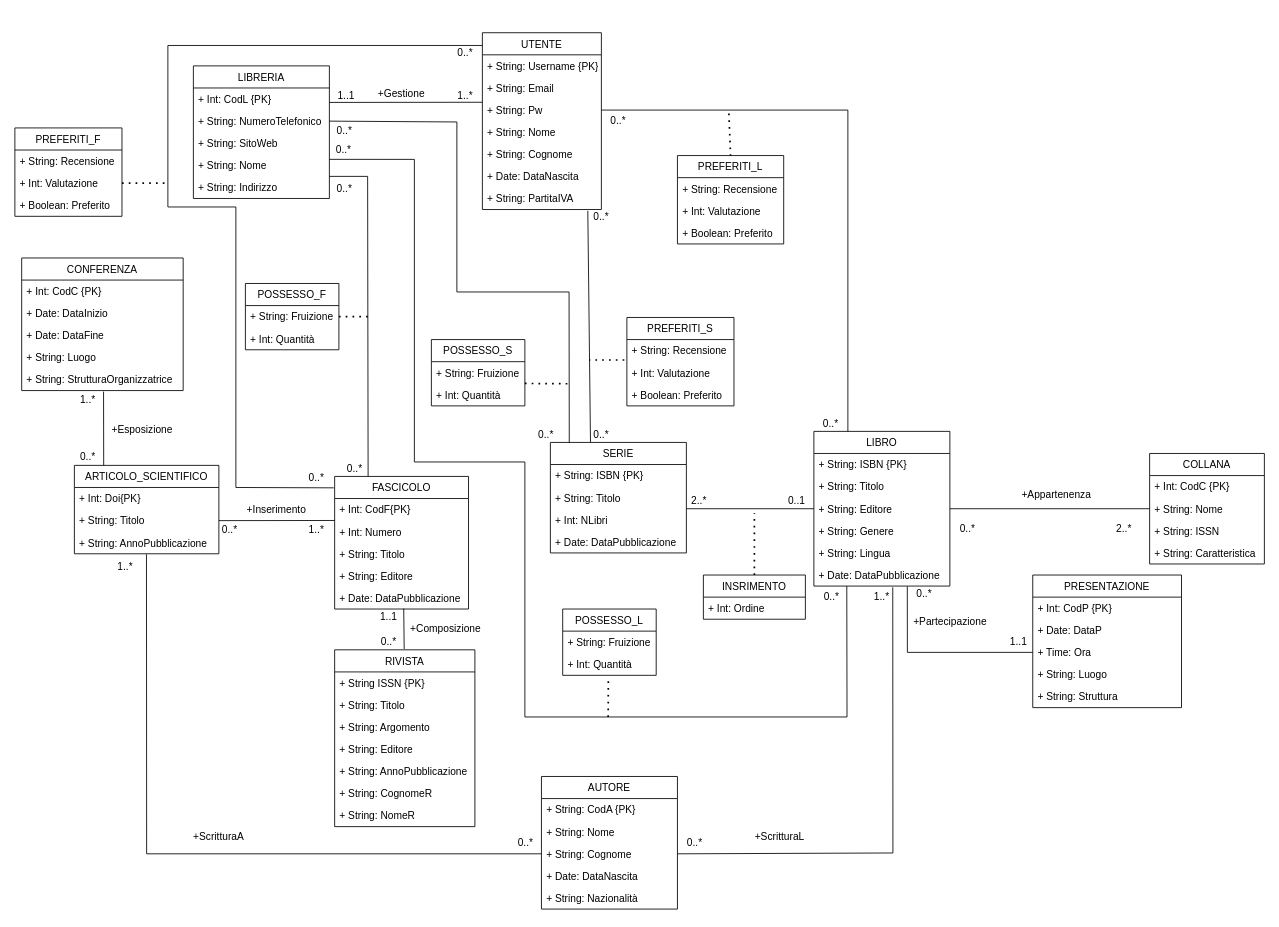
Before: DiagrammaUML(ristrutturato).drawio in Giovk/Sistema-di-una-Bibleoteca-Digitale, a draw.io diagram. Source tidied: cells renumbered, new cells numbered last; positions are measured from the earlier drawing's top-left corner, leaving out a move shared by most shapes. Both pictures are drawn from the tidied source at 85%, with x=0, y=0 at pixel (14, 32).
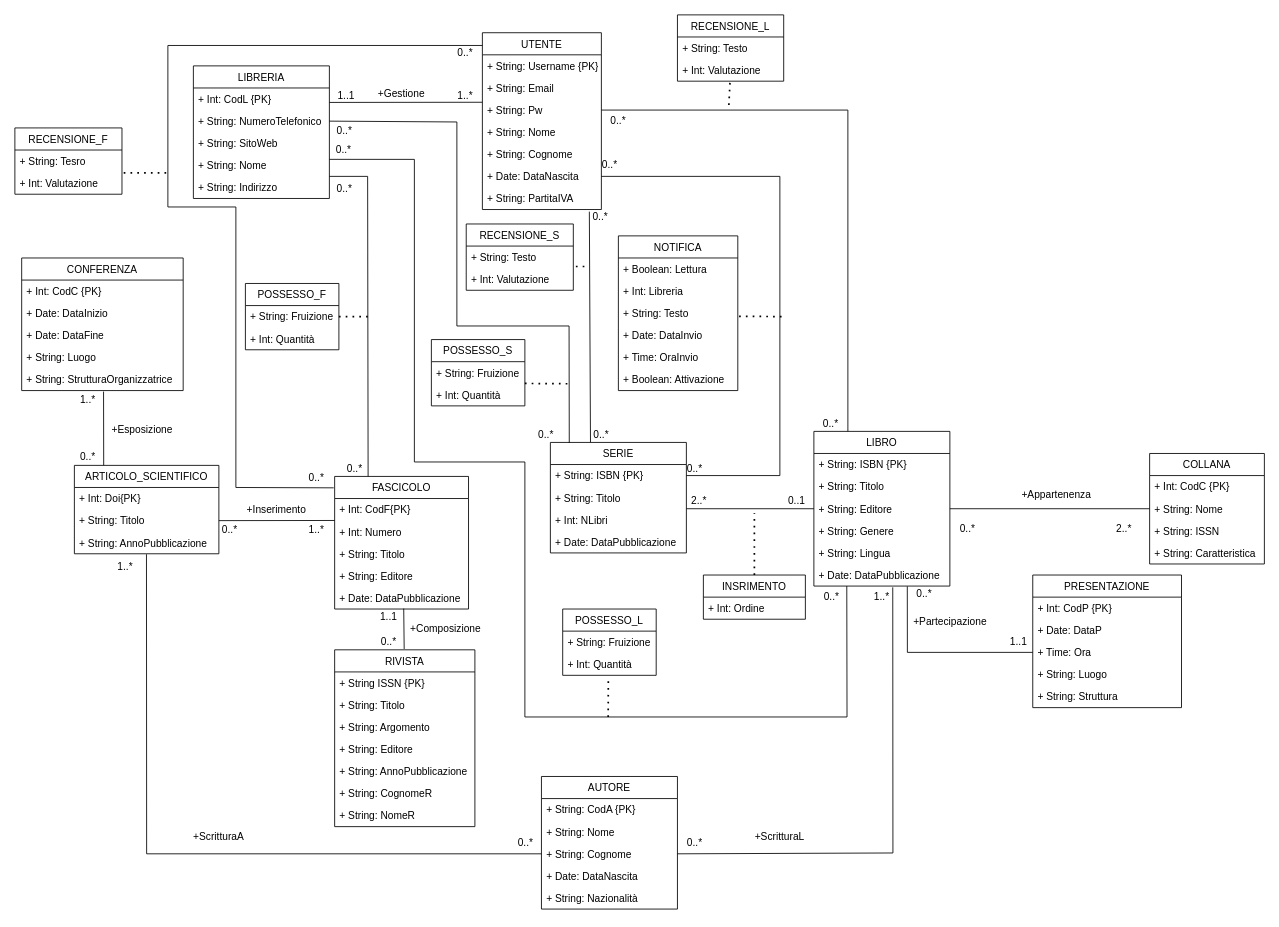
The same diagram, later.

Unchanged cells that the change refers to:
```xml
<mxCell id="8" value="+ Date: DataNascita" style="text;strokeColor=none;fillColor=none;align=left;verticalAlign=top;spacingLeft=4;spacingRight=4;overflow=hidden;points=[[0,0.5],[1,0.5]];portConstraint=eastwest;" parent="2" vertex="1">
  <mxGeometry y="156" width="140" height="26" as="geometry" />
</mxCell>
<mxCell id="9" value="+ String: PartitaIVA" style="text;strokeColor=none;fillColor=none;align=left;verticalAlign=top;spacingLeft=4;spacingRight=4;overflow=hidden;points=[[0,0.5],[1,0.5]];portConstraint=eastwest;" parent="2" vertex="1">
  <mxGeometry y="182" width="140" height="26" as="geometry" />
</mxCell>
<mxCell id="12" value="+ String: NumeroTelefonico" style="text;strokeColor=none;fillColor=none;align=left;verticalAlign=top;spacingLeft=4;spacingRight=4;overflow=hidden;points=[[0,0.5],[1,0.5]];portConstraint=eastwest;" parent="10" vertex="1">
  <mxGeometry y="52" width="160" height="26" as="geometry" />
</mxCell>
<mxCell id="37" value="+ Int: Valutazione" style="text;strokeColor=none;fillColor=none;align=left;verticalAlign=top;spacingLeft=4;spacingRight=4;overflow=hidden;points=[[0,0.5],[1,0.5]];portConstraint=eastwest;" parent="35" vertex="1">
  <mxGeometry y="52" width="126" height="26" as="geometry" />
</mxCell>
<mxCell id="39" value="SERIE" style="swimlane;fontStyle=0;horizontal=1;startSize=26;fillColor=none;" parent="1" vertex="1">
  <mxGeometry x="630" y="482" width="160" height="130" as="geometry" />
</mxCell>
<mxCell id="40" value="+ String: ISBN {PK}" style="text;strokeColor=none;fillColor=none;align=left;verticalAlign=top;spacingLeft=4;spacingRight=4;overflow=hidden;points=[[0,0.5],[1,0.5]];portConstraint=eastwest;" parent="39" vertex="1">
  <mxGeometry y="26" width="160" height="26" as="geometry" />
</mxCell>
<mxCell id="53" value="+ Int: Valutazione" style="text;strokeColor=none;fillColor=none;align=left;verticalAlign=top;spacingLeft=4;spacingRight=4;overflow=hidden;points=[[0,0.5],[1,0.5]];portConstraint=eastwest;" parent="51" vertex="1">
  <mxGeometry y="52" width="126" height="26" as="geometry" />
</mxCell>
<mxCell id="76" value="+ Int: Valutazione" style="text;strokeColor=none;fillColor=none;align=left;verticalAlign=top;spacingLeft=4;spacingRight=4;overflow=hidden;points=[[0,0.5],[1,0.5]];portConstraint=eastwest;" parent="74" vertex="1">
  <mxGeometry y="52" width="125" height="26" as="geometry" />
</mxCell>
```

Change to the diagram source:
```diff
@@
-    <mxCell id="35" value="PREFERITI_F" style="swimlane;fontStyle=0;horizontal=1;startSize=26;fillColor=none;" parent="1" vertex="1">
-      <mxGeometry y="112" width="126" height="104" as="geometry" />
+    <mxCell id="35" value="RECENSIONE_F" style="swimlane;fontStyle=0;horizontal=1;startSize=26;fillColor=none;" parent="1" vertex="1">
+      <mxGeometry y="112" width="126" height="78" as="geometry" />
     </mxCell>
-    <mxCell id="36" value="+ String: Recensione" style="text;strokeColor=none;fillColor=none;align=left;verticalAlign=top;spacingLeft=4;spacingRight=4;overflow=hidden;points=[[0,0.5],[1,0.5]];portConstraint=eastwest;" parent="35" vertex="1">
+    <mxCell id="36" value="+ String: Tesro" style="text;strokeColor=none;fillColor=none;align=left;verticalAlign=top;spacingLeft=4;spacingRight=4;overflow=hidden;points=[[0,0.5],[1,0.5]];portConstraint=eastwest;" parent="35" vertex="1">
       <mxGeometry y="26" width="126" height="26" as="geometry" />
     </mxCell>
@@
-    <mxCell id="38" value="+ Boolean: Preferito" style="text;strokeColor=none;fillColor=none;align=left;verticalAlign=top;spacingLeft=4;spacingRight=4;overflow=hidden;" parent="35" vertex="1">
-      <mxGeometry y="78" width="126" height="26" as="geometry" />
-    </mxCell>
@@
     <mxCell id="47" style="endArrow=none;html=1;rounded=0;entryX=1;entryY=0.5;entryDx=0;entryDy=0;exitX=0.139;exitY=0.005;exitDx=0;exitDy=0;exitPerimeter=0;" parent="1" edge="1" source="39" target="12">
       <mxGeometry relative="1" as="geometry">
         <Array as="points">
-          <mxPoint x="652" y="305" />
-          <mxPoint x="520" y="305" />
+          <mxPoint x="652" y="345" />
+          <mxPoint x="520" y="345" />
           <mxPoint x="520" y="105" />
         </Array>
       </mxGeometry>
     </mxCell>
@@
     <mxCell id="50" value="0..*" style="text;html=1;strokeColor=none;fillColor=none;align=center;verticalAlign=middle;whiteSpace=wrap;rounded=0;" parent="1" vertex="1">
-      <mxGeometry x="660" y="208" width="60" height="18" as="geometry" />
+      <mxGeometry x="659" y="208" width="60" height="18" as="geometry" />
     </mxCell>
-    <mxCell id="51" value="PREFERITI_S" style="swimlane;fontStyle=0;horizontal=1;startSize=26;fillColor=none;" parent="1" vertex="1">
-      <mxGeometry x="720" y="335" width="126" height="104" as="geometry" />
+    <mxCell id="51" value="RECENSIONE_S" style="swimlane;fontStyle=0;horizontal=1;startSize=26;fillColor=none;" parent="1" vertex="1">
+      <mxGeometry x="531" y="225" width="126" height="78" as="geometry" />
     </mxCell>
-    <mxCell id="52" value="+ String: Recensione" style="text;strokeColor=none;fillColor=none;align=left;verticalAlign=top;spacingLeft=4;spacingRight=4;overflow=hidden;" parent="51" vertex="1">
+    <mxCell id="52" value="+ String: Testo" style="text;strokeColor=none;fillColor=none;align=left;verticalAlign=top;spacingLeft=4;spacingRight=4;overflow=hidden;" parent="51" vertex="1">
       <mxGeometry y="26" width="126" height="26" as="geometry" />
     </mxCell>
@@
-    <mxCell id="54" value="+ Boolean: Preferito" style="text;strokeColor=none;fillColor=none;align=left;verticalAlign=top;spacingLeft=4;spacingRight=4;overflow=hidden;" parent="51" vertex="1">
-      <mxGeometry y="78" width="126" height="26" as="geometry" />
-    </mxCell>
-    <mxCell id="55" style="endArrow=none;dashed=1;html=1;dashPattern=1 3;strokeWidth=2;rounded=0;exitX=-0.024;exitY=-0.077;exitDx=0;exitDy=0;exitPerimeter=0;" parent="1" edge="1" source="53">
+    <mxCell id="55" style="endArrow=none;dashed=1;html=1;dashPattern=1 3;strokeWidth=2;rounded=0;" parent="1" edge="1">
       <mxGeometry relative="1" as="geometry">
-        <mxPoint x="676" y="385" as="targetPoint" />
+        <mxPoint x="660" y="275" as="sourcePoint" />
+        <mxPoint x="676" y="275" as="targetPoint" />
       </mxGeometry>
     </mxCell>
@@
-    <mxCell id="74" value="PREFERITI_L" style="swimlane;fontStyle=0;horizontal=1;startSize=26;fillColor=none;" parent="1" vertex="1">
-      <mxGeometry x="779.5" y="144.5" width="125" height="104" as="geometry" />
+    <mxCell id="74" value="RECENSIONE_L" style="swimlane;fontStyle=0;horizontal=1;startSize=26;fillColor=none;" parent="1" vertex="1">
+      <mxGeometry x="779.5" y="-21" width="125" height="78" as="geometry" />
     </mxCell>
-    <mxCell id="75" value="+ String: Recensione" style="text;strokeColor=none;fillColor=none;align=left;verticalAlign=top;spacingLeft=4;spacingRight=4;overflow=hidden;" parent="74" vertex="1">
+    <mxCell id="75" value="+ String: Testo" style="text;strokeColor=none;fillColor=none;align=left;verticalAlign=top;spacingLeft=4;spacingRight=4;overflow=hidden;" parent="74" vertex="1">
       <mxGeometry y="26" width="125" height="26" as="geometry" />
     </mxCell>
@@
-    <mxCell id="77" value="+ Boolean: Preferito" style="text;strokeColor=none;fillColor=none;align=left;verticalAlign=top;spacingLeft=4;spacingRight=4;overflow=hidden;" parent="74" vertex="1">
-      <mxGeometry y="78" width="125" height="26" as="geometry" />
-    </mxCell>
-    <mxCell id="78" style="endArrow=none;dashed=1;html=1;dashPattern=1 3;strokeWidth=2;rounded=0;entryX=0.5;entryY=0;entryDx=0;entryDy=0;" parent="1" edge="1" target="74">
+    <mxCell id="78" style="endArrow=none;dashed=1;html=1;dashPattern=1 3;strokeWidth=2;rounded=0;" parent="1" edge="1" target="76">
       <mxGeometry relative="1" as="geometry">
-        <mxPoint x="840" y="95" as="sourcePoint" />
+        <mxPoint x="840" y="85" as="sourcePoint" />
       </mxGeometry>
     </mxCell>
@@
-    <mxCell id="146" style="endArrow=none;dashed=1;html=1;dashPattern=1 3;strokeWidth=2;rounded=0;exitX=1;exitY=0.5;exitDx=0;exitDy=0;" parent="1" edge="1" source="37">
+    <mxCell id="146" style="endArrow=none;dashed=1;html=1;dashPattern=1 3;strokeWidth=2;rounded=0;exitX=1.016;exitY=1.038;exitDx=0;exitDy=0;exitPerimeter=0;" parent="1" edge="1" source="36">
       <mxGeometry relative="1" as="geometry">
-        <mxPoint x="180" y="177" as="targetPoint" />
+        <mxPoint x="180" y="165" as="targetPoint" />
       </mxGeometry>
     </mxCell>
@@
-    <mxCell id="151" style="endArrow=none;html=1;rounded=0;entryX=0.886;entryY=1.059;entryDx=0;entryDy=0;entryPerimeter=0;exitX=0.295;exitY=-0.002;exitDx=0;exitDy=0;exitPerimeter=0;" parent="1" edge="1" source="39" target="9">
+    <mxCell id="151" style="endArrow=none;html=1;rounded=0;entryX=0.899;entryY=1.096;entryDx=0;entryDy=0;entryPerimeter=0;exitX=0.295;exitY=-0.002;exitDx=0;exitDy=0;exitPerimeter=0;" parent="1" edge="1" source="39" target="9">
       <mxGeometry relative="1" as="geometry" />
     </mxCell>
+    <mxCell id="152" value="NOTIFICA" style="swimlane;fontStyle=0;horizontal=1;startSize=26;fillColor=none;" parent="1" vertex="1">
+      <mxGeometry x="710" y="239" width="140.5" height="182" as="geometry" />
+    </mxCell>
+    <mxCell id="153" value="+ Boolean: Lettura" style="text;strokeColor=none;fillColor=none;align=left;verticalAlign=top;spacingLeft=4;spacingRight=4;overflow=hidden;" parent="152" vertex="1">
+      <mxGeometry y="26" width="140.5" height="26" as="geometry" />
+    </mxCell>
+    <mxCell id="154" value="+ Int: Libreria" style="text;strokeColor=none;fillColor=none;align=left;verticalAlign=top;spacingLeft=4;spacingRight=4;overflow=hidden;" parent="152" vertex="1">
+      <mxGeometry y="52" width="140.5" height="26" as="geometry" />
+    </mxCell>
+    <mxCell id="155" value="+ String: Testo" style="text;strokeColor=none;fillColor=none;align=left;verticalAlign=top;spacingLeft=4;spacingRight=4;overflow=hidden;" parent="152" vertex="1">
+      <mxGeometry y="78" width="140.5" height="26" as="geometry" />
+    </mxCell>
+    <mxCell id="156" value="+ Date: DataInvio" style="text;strokeColor=none;fillColor=none;align=left;verticalAlign=top;spacingLeft=4;spacingRight=4;overflow=hidden;" parent="152" vertex="1">
+      <mxGeometry y="104" width="140.5" height="26" as="geometry" />
+    </mxCell>
+    <mxCell id="157" value="+ Time: OraInvio" style="text;strokeColor=none;fillColor=none;align=left;verticalAlign=top;spacingLeft=4;spacingRight=4;overflow=hidden;" parent="152" vertex="1">
+      <mxGeometry y="130" width="140.5" height="26" as="geometry" />
+    </mxCell>
+    <mxCell id="158" value="+ Boolean: Attivazione" style="text;strokeColor=none;fillColor=none;align=left;verticalAlign=top;spacingLeft=4;spacingRight=4;overflow=hidden;" parent="152" vertex="1">
+      <mxGeometry y="156" width="140.5" height="26" as="geometry" />
+    </mxCell>
+    <mxCell id="159" style="endArrow=none;html=1;rounded=0;exitX=1;exitY=0.5;exitDx=0;exitDy=0;entryX=1;entryY=0.5;entryDx=0;entryDy=0;" parent="1" edge="1" source="8" target="40">
+      <mxGeometry relative="1" as="geometry">
+        <Array as="points">
+          <mxPoint x="900" y="169" />
+          <mxPoint x="900" y="521" />
+        </Array>
+      </mxGeometry>
+    </mxCell>
+    <mxCell id="160" style="endArrow=none;dashed=1;html=1;dashPattern=1 3;strokeWidth=2;rounded=0;entryX=0.986;entryY=0.984;entryDx=0;entryDy=0;entryPerimeter=0;" parent="1" edge="1">
+      <mxGeometry relative="1" as="geometry">
+        <mxPoint x="902" y="334" as="sourcePoint" />
+        <mxPoint x="850.5" y="333.6" as="targetPoint" />
+      </mxGeometry>
+    </mxCell>
+    <mxCell id="161" value="0..*" style="text;html=1;strokeColor=none;fillColor=none;align=center;verticalAlign=middle;whiteSpace=wrap;rounded=0;" parent="1" vertex="1">
+      <mxGeometry x="669.5" y="147" width="60" height="18" as="geometry" />
+    </mxCell>
+    <mxCell id="162" value="0..*" style="text;html=1;strokeColor=none;fillColor=none;align=center;verticalAlign=middle;whiteSpace=wrap;rounded=0;" parent="1" vertex="1">
+      <mxGeometry x="770" y="504" width="60" height="18" as="geometry" />
+    </mxCell>
```
